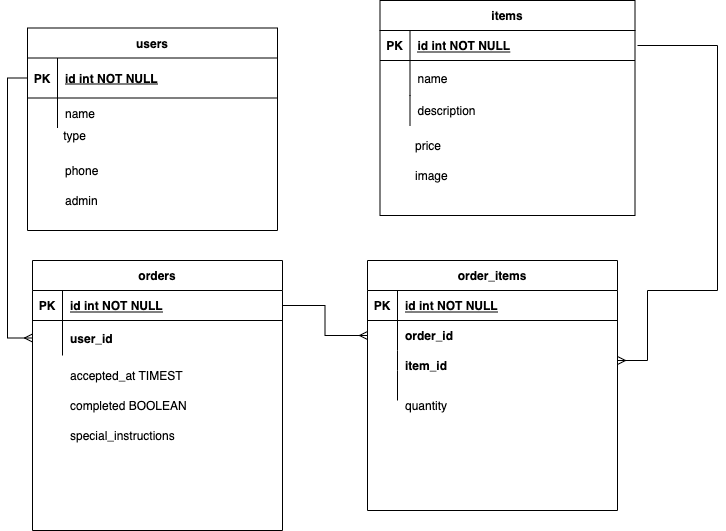
Earlier version of the draw.io export feedme_erd_V.png (nikaffa/FeedMe). Source tidied: cells renumbered, new cells last; positions are measured from the earlier drawing's top-left corner, leaving out a move shared by most shapes.
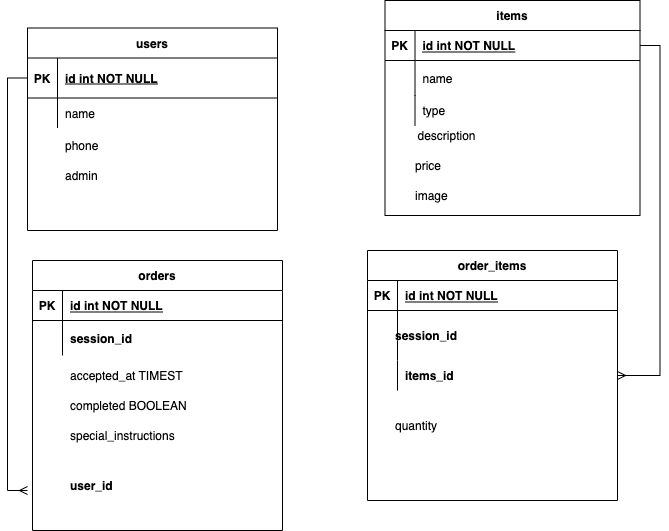
The same diagram one commit later.

Commit message:
feedme_erd_V modified with cookie session

Diff of the diagram source:
```diff
@@ -3,7 +3,7 @@
     <mxCell id="0" />
     <mxCell id="1" parent="0" />
     <mxCell id="2" value="items" style="shape=table;startSize=30;rowLines=0;fontStyle=1;align=center;" parent="1" vertex="1">
-      <mxGeometry x="352.5" width="255" height="215" as="geometry" />
+      <mxGeometry x="357.5" width="255" height="215" as="geometry" />
     </mxCell>
     <mxCell id="3" style="shape=partialRectangle;fillColor=none;points=[[0,0.5],[1,0.5]];portConstraint=eastwest;top=0;left=0;right=0;bottom=1;" parent="2" vertex="1">
       <mxGeometry y="30" width="255" height="30" as="geometry" />
@@ -23,18 +23,18 @@
     <mxCell id="8" value="name" style="shape=partialRectangle;overflow=hidden;fillColor=none;top=0;left=0;bottom=0;right=0;align=left;spacingLeft=6;" parent="6" vertex="1">
       <mxGeometry x="30" width="225" height="35" as="geometry" />
     </mxCell>
+    <mxCell id="12" style="edgeStyle=orthogonalEdgeStyle;rounded=0;orthogonalLoop=1;jettySize=auto;html=1;exitX=1;exitY=0.5;exitDx=0;exitDy=0;" parent="2" edge="1" source="3" target="3">
+      <mxGeometry relative="1" as="geometry" />
+    </mxCell>
     <mxCell id="9" style="shape=partialRectangle;fillColor=none;top=0;left=0;right=0;bottom=0;" parent="2" vertex="1">
       <mxGeometry y="95" width="255" height="30" as="geometry" />
     </mxCell>
     <mxCell id="10" style="shape=partialRectangle;overflow=hidden;fillColor=none;top=0;left=0;bottom=0;right=0;" parent="9" vertex="1">
       <mxGeometry width="30" height="30" as="geometry" />
     </mxCell>
-    <mxCell id="11" value="description " style="shape=partialRectangle;overflow=hidden;fillColor=none;top=0;left=0;bottom=0;right=0;align=left;spacingLeft=6;" parent="9" vertex="1">
+    <mxCell id="11" value="type" style="shape=partialRectangle;overflow=hidden;fillColor=none;top=0;left=0;bottom=0;right=0;align=left;spacingLeft=6;" parent="9" vertex="1">
       <mxGeometry x="30" width="225" height="30" as="geometry" />
     </mxCell>
-    <mxCell id="12" style="edgeStyle=orthogonalEdgeStyle;rounded=0;orthogonalLoop=1;jettySize=auto;html=1;exitX=1;exitY=0.5;exitDx=0;exitDy=0;" parent="2" edge="1" source="3" target="3">
-      <mxGeometry relative="1" as="geometry" />
-    </mxCell>
     <mxCell id="13" value="users" style="shape=table;startSize=30;rowLines=0;fontStyle=1;align=center;" parent="1" vertex="1">
       <mxGeometry y="27.5" width="250" height="202.5" as="geometry" />
     </mxCell>
@@ -56,17 +56,8 @@
     <mxCell id="19" value="name" style="shape=partialRectangle;overflow=hidden;fillColor=none;top=0;left=0;bottom=0;right=0;align=left;spacingLeft=6;" parent="17" vertex="1">
       <mxGeometry x="30" width="220" height="30" as="geometry" />
     </mxCell>
-    <mxCell id="20" style="shape=partialRectangle;fillColor=none;top=0;left=0;right=0;bottom=0;" parent="1" vertex="1">
-      <mxGeometry x="15" y="120" width="220" height="30" as="geometry" />
-    </mxCell>
-    <mxCell id="21" style="shape=partialRectangle;overflow=hidden;fillColor=none;top=0;left=0;bottom=0;right=0;" parent="20" vertex="1">
-      <mxGeometry width="26.4" height="30" as="geometry" />
-    </mxCell>
-    <mxCell id="22" value="type" style="shape=partialRectangle;overflow=hidden;fillColor=none;top=0;left=0;bottom=0;right=0;align=left;spacingLeft=6;" parent="20" vertex="1">
-      <mxGeometry x="13.2" width="193.6" height="30" as="geometry" />
-    </mxCell>
     <mxCell id="23" value="image" style="shape=partialRectangle;overflow=hidden;fillColor=none;top=0;left=0;bottom=0;right=0;align=left;spacingLeft=6;" parent="1" vertex="1">
-      <mxGeometry x="380" y="160" width="220" height="30" as="geometry" />
+      <mxGeometry x="380" y="180" width="220" height="30" as="geometry" />
     </mxCell>
     <mxCell id="24" value="special_instructions" style="shape=partialRectangle;overflow=hidden;fillColor=none;top=0;left=0;bottom=0;right=0;align=left;spacingLeft=6;" parent="1" vertex="1">
       <mxGeometry x="35" y="420" width="220" height="30" as="geometry" />
@@ -84,13 +75,13 @@
       <mxGeometry x="35" y="360" width="220" height="30" as="geometry" />
     </mxCell>
     <mxCell id="29" value="price" style="shape=partialRectangle;overflow=hidden;fillColor=none;top=0;left=0;bottom=0;right=0;align=left;spacingLeft=6;" parent="1" vertex="1">
-      <mxGeometry x="380" y="130" width="210" height="30" as="geometry" />
+      <mxGeometry x="380" y="150" width="210" height="30" as="geometry" />
     </mxCell>
     <mxCell id="30" value="admin" style="shape=partialRectangle;overflow=hidden;fillColor=none;top=0;left=0;bottom=0;right=0;align=left;spacingLeft=6;" parent="1" vertex="1">
-      <mxGeometry x="30" y="185" width="220" height="30" as="geometry" />
+      <mxGeometry x="30" y="160" width="220" height="30" as="geometry" />
     </mxCell>
     <mxCell id="31" value="order_items" style="shape=table;startSize=30;rowLines=0;fontStyle=1;align=center;" parent="1" vertex="1">
-      <mxGeometry x="340" y="260" width="250" height="250" as="geometry" />
+      <mxGeometry x="330" y="260" width="250" height="250" as="geometry" />
     </mxCell>
     <mxCell id="32" style="shape=partialRectangle;fillColor=none;points=[[0,0.5],[1,0.5]];portConstraint=eastwest;top=0;left=0;right=0;bottom=1;" parent="31" vertex="1">
       <mxGeometry y="30" width="250" height="30" as="geometry" />
@@ -107,7 +98,7 @@
     <mxCell id="36" style="shape=partialRectangle;overflow=hidden;fillColor=none;top=0;left=0;bottom=0;right=0;" parent="35" vertex="1">
       <mxGeometry width="30" height="30" as="geometry" />
     </mxCell>
-    <mxCell id="37" value="order_id" style="shape=partialRectangle;overflow=hidden;fillColor=none;top=0;left=0;bottom=0;right=0;align=left;spacingLeft=6;fontStyle=1;" parent="35" vertex="1">
+    <mxCell id="37" style="shape=partialRectangle;overflow=hidden;fillColor=none;top=0;left=0;bottom=0;right=0;align=left;spacingLeft=6;fontStyle=1;" parent="35" vertex="1">
       <mxGeometry x="30" width="220" height="30" as="geometry" />
     </mxCell>
     <mxCell id="38" style="shape=partialRectangle;fillColor=none;top=0;left=0;right=0;bottom=0;" parent="31" vertex="1">
@@ -128,7 +119,7 @@
     <mxCell id="43" style="shape=partialRectangle;overflow=hidden;fillColor=none;top=0;left=0;bottom=0;right=0;" parent="42" vertex="1">
       <mxGeometry width="30" height="30" as="geometry" />
     </mxCell>
-    <mxCell id="44" style="shape=partialRectangle;overflow=hidden;fillColor=none;top=0;left=0;bottom=0;right=0;align=left;spacingLeft=6;fontStyle=1;" parent="42" vertex="1">
+    <mxCell id="44" value="items_id" style="shape=partialRectangle;overflow=hidden;fillColor=none;top=0;left=0;bottom=0;right=0;align=left;spacingLeft=6;fontStyle=1;" parent="42" vertex="1">
       <mxGeometry x="30" width="220" height="30" as="geometry" />
     </mxCell>
     <mxCell id="45" value="orders" style="shape=table;startSize=30;rowLines=0;fontStyle=1;align=center;" parent="1" vertex="1">
@@ -149,38 +140,38 @@
     <mxCell id="50" style="shape=partialRectangle;overflow=hidden;fillColor=none;top=0;left=0;bottom=0;right=0;" parent="49" vertex="1">
       <mxGeometry width="30" height="35" as="geometry" />
     </mxCell>
-    <mxCell id="51" value="user_id" style="shape=partialRectangle;overflow=hidden;fillColor=none;top=0;left=0;bottom=0;right=0;align=left;spacingLeft=6;fontStyle=1;" parent="49" vertex="1">
+    <mxCell id="51" value="session_id" style="shape=partialRectangle;overflow=hidden;fillColor=none;top=0;left=0;bottom=0;right=0;align=left;spacingLeft=6;fontStyle=1;" parent="49" vertex="1">
       <mxGeometry x="30" width="220" height="35" as="geometry" />
     </mxCell>
     <mxCell id="52" style="edgeStyle=orthogonalEdgeStyle;rounded=0;orthogonalLoop=1;jettySize=auto;html=1;exitX=1;exitY=0.5;exitDx=0;exitDy=0;" parent="45" edge="1" source="46" target="46">
       <mxGeometry relative="1" as="geometry" />
     </mxCell>
-    <mxCell id="53" value="item_id" style="shape=partialRectangle;overflow=hidden;fillColor=none;top=0;left=0;bottom=0;right=0;align=left;spacingLeft=6;fontStyle=1;" parent="1" vertex="1">
-      <mxGeometry x="370" y="350" width="220" height="30" as="geometry" />
+    <mxCell id="53" value="session_id" style="shape=partialRectangle;overflow=hidden;fillColor=none;top=0;left=0;bottom=0;right=0;align=left;spacingLeft=6;fontStyle=1;" parent="1" vertex="1">
+      <mxGeometry x="360" y="320" width="220" height="30" as="geometry" />
     </mxCell>
+    <mxCell id="58" value="phone" style="shape=partialRectangle;overflow=hidden;fillColor=none;top=0;left=0;bottom=0;right=0;align=left;spacingLeft=6;" parent="1" vertex="1">
+      <mxGeometry x="30" y="130" width="220" height="30" as="geometry" />
+    </mxCell>
+    <mxCell id="59" value="description" style="shape=partialRectangle;overflow=hidden;fillColor=none;top=0;left=0;bottom=0;right=0;align=left;spacingLeft=6;" parent="1" vertex="1">
+      <mxGeometry x="382.5" y="120" width="225" height="30" as="geometry" />
+    </mxCell>
+    <mxCell id="60" value="user_id" style="shape=partialRectangle;overflow=hidden;fillColor=none;top=0;left=0;bottom=0;right=0;align=left;spacingLeft=6;fontStyle=1;" parent="1" vertex="1">
+      <mxGeometry x="35" y="470" width="220" height="30" as="geometry" />
+    </mxCell>
+    <mxCell id="61" style="edgeStyle=orthogonalEdgeStyle;rounded=0;jettySize=auto;html=1;exitX=0;exitY=0.5;exitDx=0;exitDy=0;startArrow=none;startFill=0;endArrow=ERmany;endFill=0;" parent="1" edge="1" source="14">
+      <mxGeometry relative="1" as="geometry">
+        <mxPoint y="490" as="targetPoint" />
+        <Array as="points">
+          <mxPoint x="-20" y="78" />
+          <mxPoint x="-20" y="490" />
+        </Array>
+      </mxGeometry>
+    </mxCell>
     <mxCell id="54" value="quantity" style="shape=partialRectangle;overflow=hidden;fillColor=none;top=0;left=0;bottom=0;right=0;align=left;spacingLeft=6;fontStyle=0;" parent="1" vertex="1">
-      <mxGeometry x="370" y="390" width="220" height="30" as="geometry" />
+      <mxGeometry x="360" y="410" width="220" height="30" as="geometry" />
     </mxCell>
-    <mxCell id="55" style="edgeStyle=orthogonalEdgeStyle;rounded=0;orthogonalLoop=1;jettySize=auto;html=1;startArrow=none;startFill=0;endArrow=ERmany;endFill=0;" parent="1" edge="1">
-      <mxGeometry relative="1" as="geometry">
-        <mxPoint x="610" y="45" as="sourcePoint" />
-        <mxPoint x="590" y="360" as="targetPoint" />
-        <Array as="points">
-          <mxPoint x="690" y="45" />
-          <mxPoint x="690" y="290" />
-          <mxPoint x="620" y="290" />
-          <mxPoint x="620" y="360" />
-        </Array>
-      </mxGeometry>
-    </mxCell>
-    <mxCell id="56" style="edgeStyle=orthogonalEdgeStyle;rounded=0;jettySize=auto;html=1;exitX=0;exitY=0.5;exitDx=0;exitDy=0;entryX=0;entryY=0.5;entryDx=0;entryDy=0;startArrow=none;startFill=0;endArrow=ERmany;endFill=0;" parent="1" edge="1" source="14" target="49">
-      <mxGeometry relative="1" as="geometry" />
-    </mxCell>
-    <mxCell id="57" style="edgeStyle=orthogonalEdgeStyle;rounded=0;jettySize=auto;html=1;exitX=1;exitY=0.5;exitDx=0;exitDy=0;entryX=0;entryY=0.5;entryDx=0;entryDy=0;startArrow=none;startFill=0;endArrow=ERmany;endFill=0;" parent="1" edge="1" source="46" target="35">
-      <mxGeometry relative="1" as="geometry" />
-    </mxCell>
-    <mxCell id="58" value="phone" style="shape=partialRectangle;overflow=hidden;fillColor=none;top=0;left=0;bottom=0;right=0;align=left;spacingLeft=6;" parent="1" vertex="1">
-      <mxGeometry x="30" y="155" width="220" height="30" as="geometry" />
-    </mxCell>
+    <mxCell id="62" style="edgeStyle=orthogonalEdgeStyle;rounded=0;jettySize=auto;html=1;exitX=1;exitY=0.5;exitDx=0;exitDy=0;entryX=1;entryY=0.5;entryDx=0;entryDy=0;startArrow=none;startFill=0;endArrow=ERmany;endFill=0;" parent="1" edge="1" source="3" target="42">
+      <mxGeometry relative="1" as="geometry" />
+    </mxCell>
   </root>
 </mxGraphModel>
```
